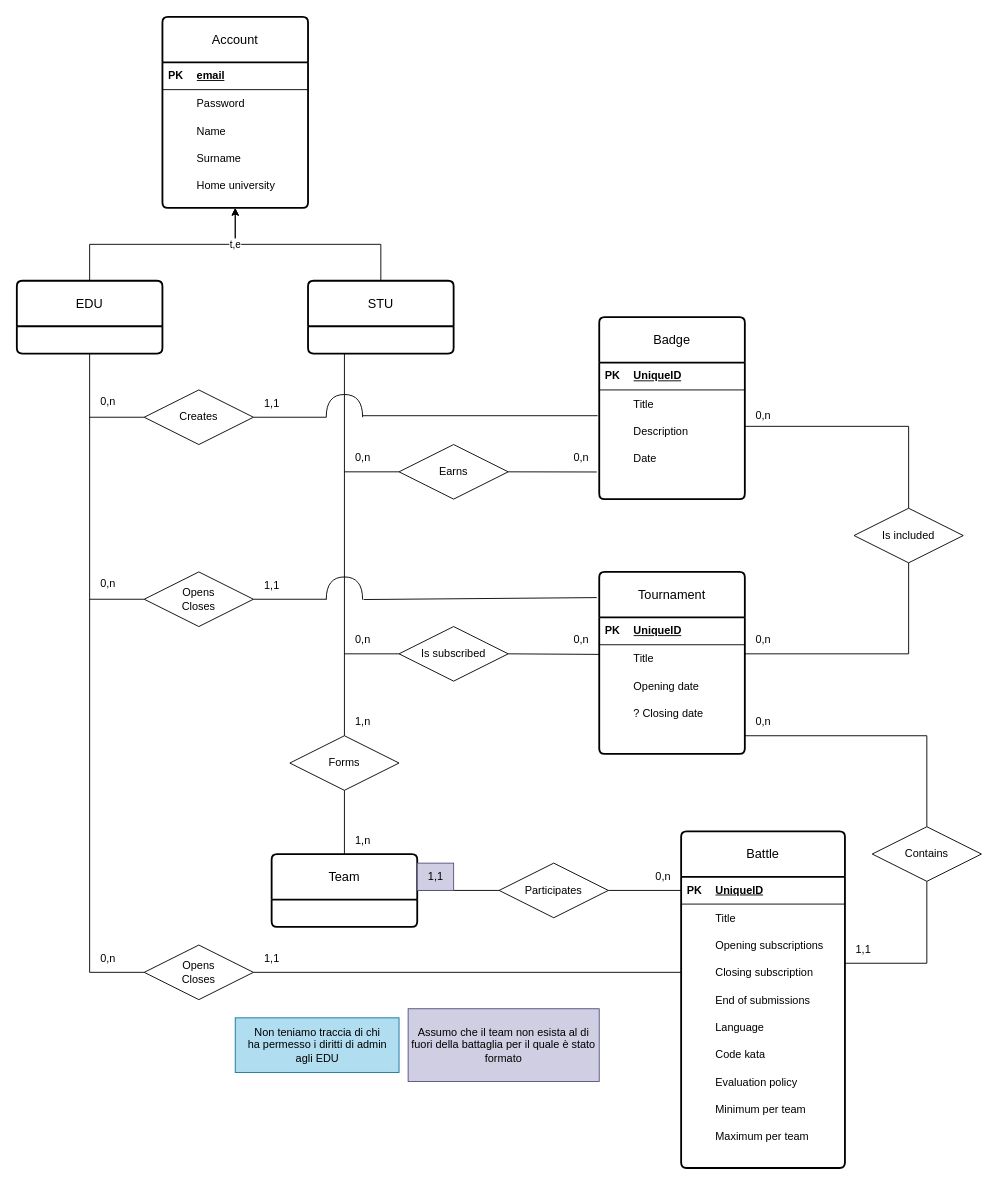
This is page "E-R" (3 of 9) of DD/images/diagrams/chapter2.drawio from pontig/sw-eng-2-PasiniPontiggiaStasi, a draw.io file, before an edit. Source tidied: cells renumbered, new cells numbered last; positions are measured from the earlier drawing's top-left corner, leaving out a move shared by most shapes. Both pictures are drawn from the tidied source at 91%, with x=0, y=0 at pixel (16, 16).
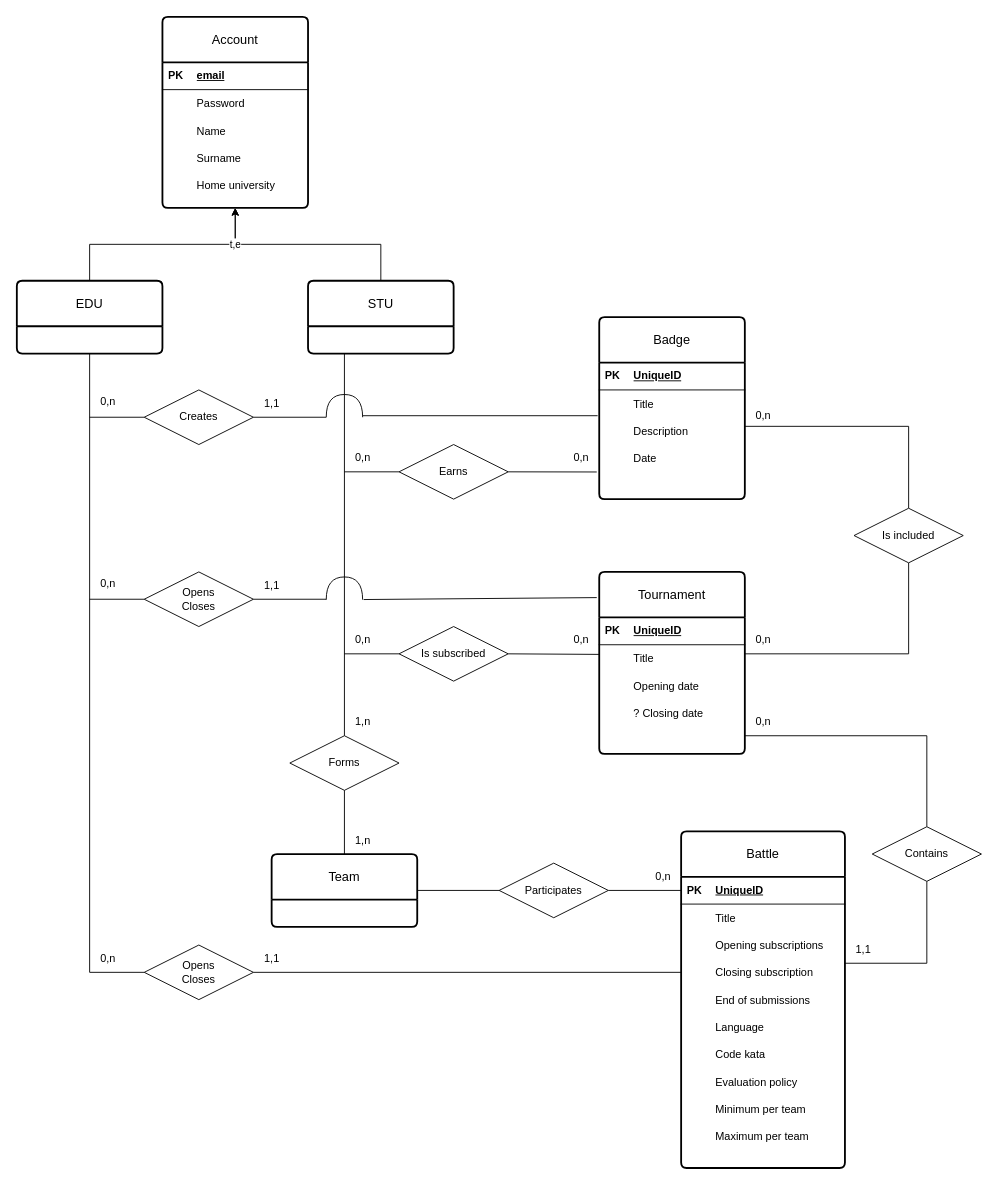
After the change.

What changed in the source:
```diff
@@
-    <mxCell id="55" value="Non teniamo traccia di chi&lt;br&gt;ha permesso i diritti di admin&lt;br&gt;agli EDU" style="text;html=1;align=center;verticalAlign=middle;strokeColor=#10739e;fillColor=#b1ddf0;" parent="1" vertex="1">
-      <mxGeometry x="240" y="1100" width="180" height="60" as="geometry" />
-    </mxCell>
@@
-    <mxCell id="129" value="1,1" style="text;html=1;align=center;verticalAlign=middle;strokeColor=#56517e;fillColor=#d0cee2;" parent="1" vertex="1">
-      <mxGeometry x="440" y="930" width="40" height="30" as="geometry" />
-    </mxCell>
-    <mxCell id="130" value="Assumo che il team non esista al di fuori della battaglia per il quale è stato formato" style="whiteSpace=wrap;html=1;fillColor=#d0cee2;strokeColor=#56517e;" parent="1" vertex="1">
-      <mxGeometry x="430" y="1090" width="210" height="80" as="geometry" />
-    </mxCell>
```
